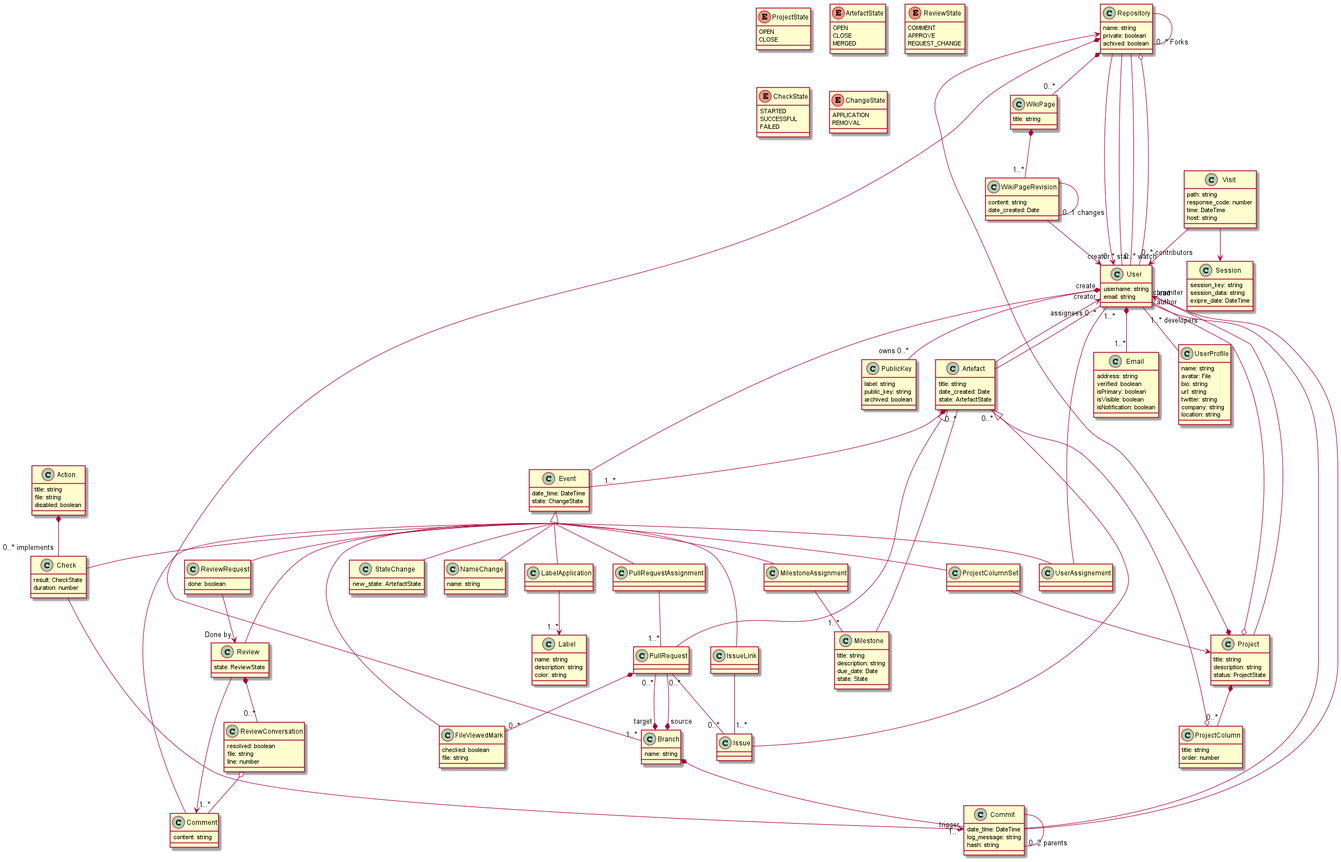
Before: docs/UksHub.png, a diagram exported from PlantUML (djolewalker/UksHub).
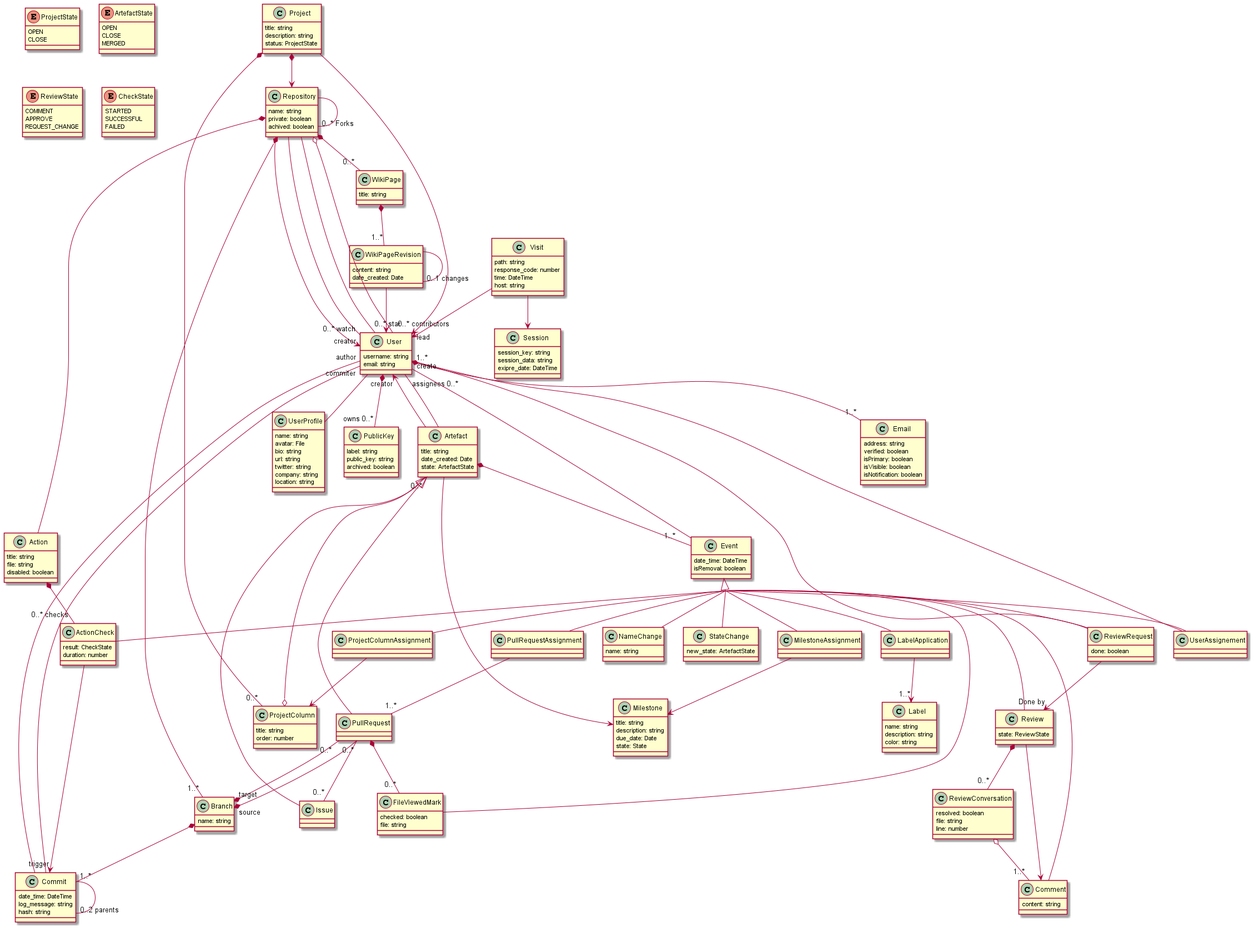
Above is the later version.

What changed in the source:
```diff
@@ -19,10 +19,6 @@
     STARTED
     SUCCESSFUL
     FAILED
-}
-enum ChangeState {
-    APPLICATION
-    REMOVAL
 }
 
 class Repository {
@@ -86,7 +82,7 @@
     file: string
     disabled: boolean
 }
-class Check {
+class ActionCheck {
     result: CheckState
     duration: number
 }
@@ -98,7 +94,7 @@
 }
 class Event {
     date_time: DateTime
-    state: ChangeState
+    isRemoval: boolean
 }
 class Issue
 class PullRequest
@@ -157,8 +153,9 @@
 PullRequest *-- "0..*" FileViewedMark
 Project *--> Repository
 Project *-- "0..*" ProjectColumn
-Action *-- "0..* implements" Check
-Check --> "trigger" Commit
+Repository *-- Action
+Action *-- "0..* checks" ActionCheck
+ActionCheck --> "trigger" Commit
 Repository *-- "0..*" WikiPage
 WikiPage *-- "1..*" WikiPageRevision
 WikiPageRevision --> User
@@ -173,20 +170,19 @@
 Commit -- "author" User
 Commit -- "0..2 parents" Commit
 Commit -- "commiter" User
-Project o-- "1..* developers" User
 Project --> "lead" User
-Milestone -- "0..*" Artefact
+Milestone <-- Artefact
 Issue --|> Artefact
 Artefact *-- "1..*" Event
 ProjectColumn o-- "0..*" Artefact
-ProjectColumnSet --> Project
+ProjectColumnAssignment --> ProjectColumn
 UserAssignement -- "1..*" User
-MilestoneAssignment -- "1..*" Milestone
+MilestoneAssignment --> Milestone
 PullRequestAssignment -- "1..*" PullRequest
-IssueLink -- "1..*" Issue
 LabelApplication --> "1..*" Label
 User "assignees 0..*" -- Artefact
 User *-- "owns 0..*" PublicKey
+ReviewRequest -- User
 ReviewRequest --> "Done by" Review
 Review *-- "0..*" ReviewConversation
 Review --> Comment
@@ -196,7 +192,7 @@
 Visit --> User
 
 Event <|-- Comment
-Event <|-- Check
+Event <|-- ActionCheck
 Event <|-- StateChange
 Event <|-- NameChange
 Event <|-- LabelApplication
@@ -205,7 +201,6 @@
 Event <|-- PullRequestAssignment
 Event <|-- ReviewRequest
 Event <|-- Review
-Event <|-- IssueLink
 Event <|-- FileViewedMark
-Event <|-- ProjectColumnSet
+Event <|-- ProjectColumnAssignment
 @enduml
```
